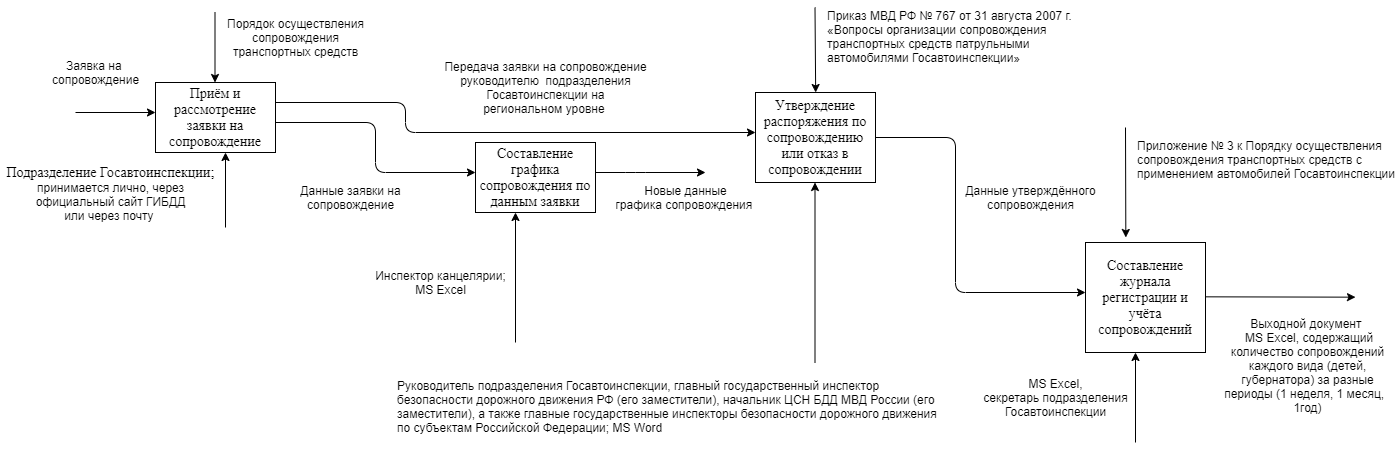
Above: Декомпозиция.png in Anton80213/Project-diagrams (draw.io), before the change. Source tidied: cells renumbered, new cells last; positions are measured from the earlier drawing's top-left corner, leaving out a move shared by most shapes.
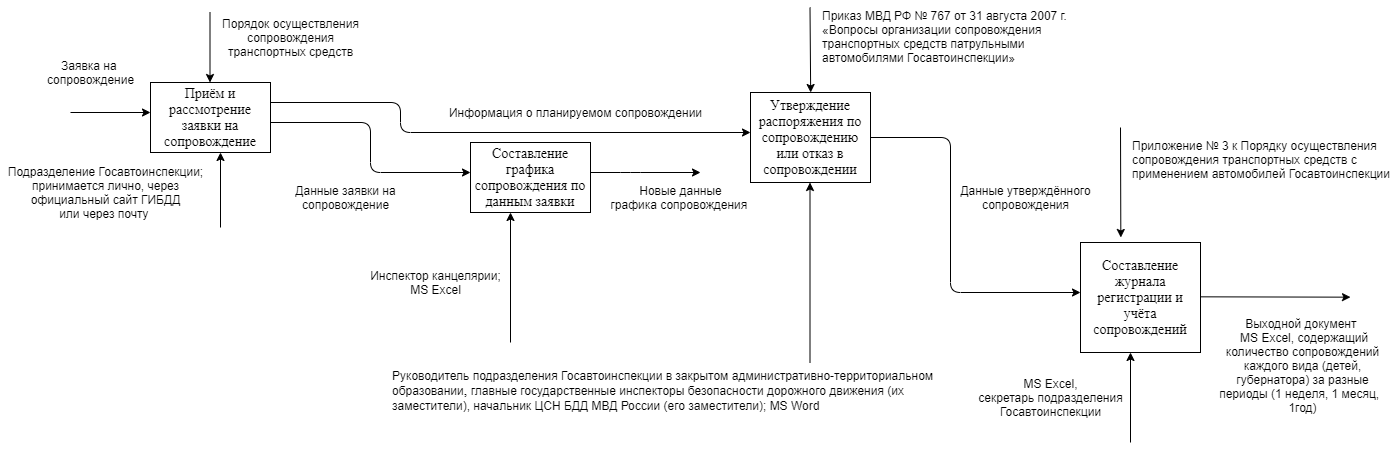
After the change.

Change to the diagram source:
```diff
@@ -20,8 +20,8 @@
         <mxPoint x="214.5" y="80" as="targetPoint" />
       </mxGeometry>
     </mxCell>
-    <mxCell id="6" value="&lt;span style=&quot;background-color: rgb(255 , 255 , 255)&quot;&gt;&lt;font&gt;&lt;span style=&quot;font-family: &amp;#34;times new roman&amp;#34; ; font-size: 14px&quot;&gt;Подразделение Госавтоинспекции&lt;/span&gt;&lt;font face=&quot;pt serif, times new roman, serif&quot;&gt;&lt;span style=&quot;font-size: 16px&quot;&gt;;&lt;/span&gt;&lt;/font&gt;&lt;/font&gt;&lt;/span&gt;&lt;br&gt; принимается лично, через&lt;br&gt;официальный сайт ГИБДД&lt;br&gt;или через почту&amp;nbsp;&lt;br&gt;" style="text;html=1;align=center;verticalAlign=middle;strokeColor=none;" parent="1" vertex="1">
-      <mxGeometry y="160" width="220" height="60" as="geometry" />
+    <mxCell id="6" value="&lt;font&gt;&lt;font&gt;&lt;span style=&quot;background-color: rgb(255 , 255 , 255)&quot;&gt;&lt;font&gt;&lt;font style=&quot;vertical-align: inherit ; font-size: 12px&quot;&gt;Подразделение Госавтоинспекции;&lt;/font&gt;&lt;/font&gt;&lt;/span&gt;&lt;/font&gt;&lt;/font&gt;&lt;br&gt; принимается лично, через&lt;br&gt;официальный сайт ГИБДД&lt;br&gt;или через почту&amp;nbsp;" style="text;html=1;align=center;verticalAlign=middle;strokeColor=none;" parent="1" vertex="1">
+      <mxGeometry x="5" y="160" width="210" height="60" as="geometry" />
     </mxCell>
     <mxCell id="7" value="&lt;font face=&quot;Times New Roman&quot; style=&quot;vertical-align: inherit ; font-size: 14px&quot;&gt;Составление журнала регистрации и учёта сопровождений&lt;/font&gt;" style="rounded=0;whiteSpace=wrap;html=1;" parent="1" vertex="1">
       <mxGeometry x="1085" y="240" width="120" height="110" as="geometry" />
@@ -77,8 +77,8 @@
         </Array>
       </mxGeometry>
     </mxCell>
-    <mxCell id="18" value="&amp;nbsp;Передача&amp;nbsp;заявки на сопровождение &lt;br&gt;&amp;nbsp;руководителю&amp;nbsp;&amp;nbsp;подразделения &lt;br&gt;Госавтоинспекции на&lt;br&gt;региональном уровне&amp;nbsp;" style="text;html=1;align=center;verticalAlign=middle;strokeColor=none;" parent="1" vertex="1">
-      <mxGeometry x="435" y="55" width="220" height="60" as="geometry" />
+    <mxCell id="18" value="&lt;br&gt;" style="text;html=1;align=center;verticalAlign=middle;strokeColor=none;" parent="1" vertex="1">
+      <mxGeometry x="540" y="95" width="20" height="20" as="geometry" />
     </mxCell>
     <mxCell id="19" value="&lt;font face=&quot;Times New Roman&quot; style=&quot;vertical-align: inherit ; font-size: 14px&quot;&gt;Утверждение распоряжения по сопровождению или отказ в сопровождении&lt;/font&gt;" style="rounded=0;whiteSpace=wrap;html=1;" parent="1" vertex="1">
       <mxGeometry x="755" y="90" width="120" height="90" as="geometry" />
@@ -101,8 +101,8 @@
         <mxPoint x="814.5" y="180" as="targetPoint" />
       </mxGeometry>
     </mxCell>
-    <mxCell id="24" value="&lt;font style=&quot;text-align: center ; vertical-align: inherit&quot;&gt;Руководитель подразделения&amp;nbsp;&lt;/font&gt;&lt;font style=&quot;text-align: center ; vertical-align: inherit&quot;&gt;Госавтоинспекции,&amp;nbsp;&lt;/font&gt;главный государственный инспектор безопасности дорожного движения РФ (его заместители), начальник ЦСН БДД МВД России (его заместители), а также главные государственные инспекторы безопасности дорожного движения по субъектам Российской Федерации; MS Word" style="text;whiteSpace=wrap;html=1;" parent="1" vertex="1">
-      <mxGeometry x="395" y="370" width="550" height="70" as="geometry" />
+    <mxCell id="24" value="&lt;font style=&quot;text-align: center ; vertical-align: inherit&quot;&gt;Руководитель подразделения&amp;nbsp;&lt;/font&gt;&lt;font style=&quot;text-align: center ; vertical-align: inherit&quot;&gt;Госавтоинспекции в&amp;nbsp;&lt;span style=&quot;background-color: rgb(255 , 255 , 255)&quot;&gt;&lt;font style=&quot;font-size: 12px&quot;&gt;закрытом административно-территориальном образовании&lt;/font&gt;&lt;font face=&quot;Times New Roman&quot; style=&quot;font-size: 14px&quot;&gt;,&amp;nbsp;&lt;/font&gt;&lt;/span&gt;&lt;/font&gt;главные государственные инспекторы безопасности дорожного движения (их заместители), начальник ЦСН БДД МВД России (его заместители); MS Word" style="text;whiteSpace=wrap;html=1;" parent="1" vertex="1">
+      <mxGeometry x="395" y="360" width="550" height="60" as="geometry" />
     </mxCell>
     <mxCell id="25" style="endArrow=classic;html=1;" parent="1" edge="1">
       <mxGeometry relative="1" as="geometry">
@@ -143,5 +143,8 @@
     <mxCell id="32" value="Новые данные&lt;br&gt;графика сопровождения&amp;nbsp;" style="text;html=1;align=center;verticalAlign=middle;strokeColor=none;" parent="1" vertex="1">
       <mxGeometry x="605" y="180" width="160" height="30" as="geometry" />
     </mxCell>
+    <mxCell id="33" value="Информация о планируемом сопровождении" style="text;html=1;align=center;verticalAlign=middle;strokeColor=none;" parent="1" vertex="1">
+      <mxGeometry x="445" y="100" width="270" height="20" as="geometry" />
+    </mxCell>
   </root>
 </mxGraphModel>
```
